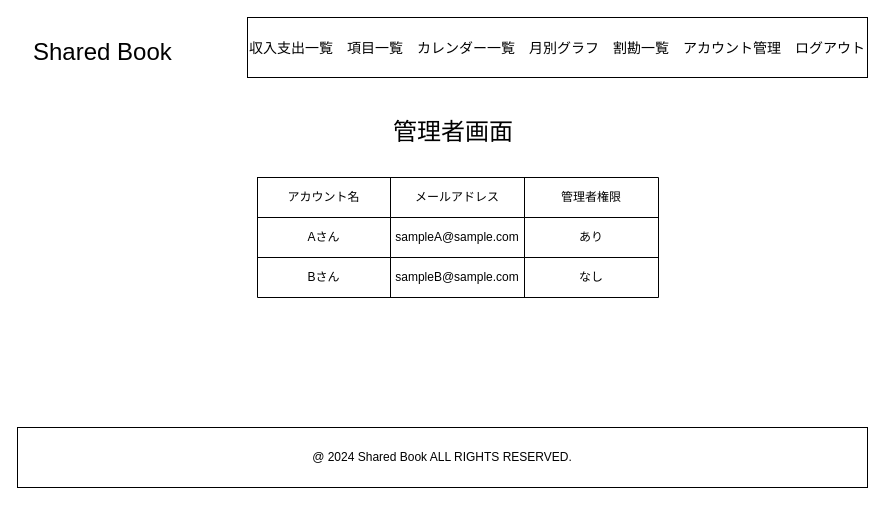
This is docs/wireflame/index_admin_users_wireflame.drawio from KeiSuzukiNishi/shared_household_account_book, a draw.io file, before an edit. Source tidied: cells renumbered, new cells numbered last; positions are measured from the earlier drawing's top-left corner, leaving out a move shared by most shapes. Both pictures are drawn from the tidied source at 100%, with x=0, y=0 at pixel (17, 17).
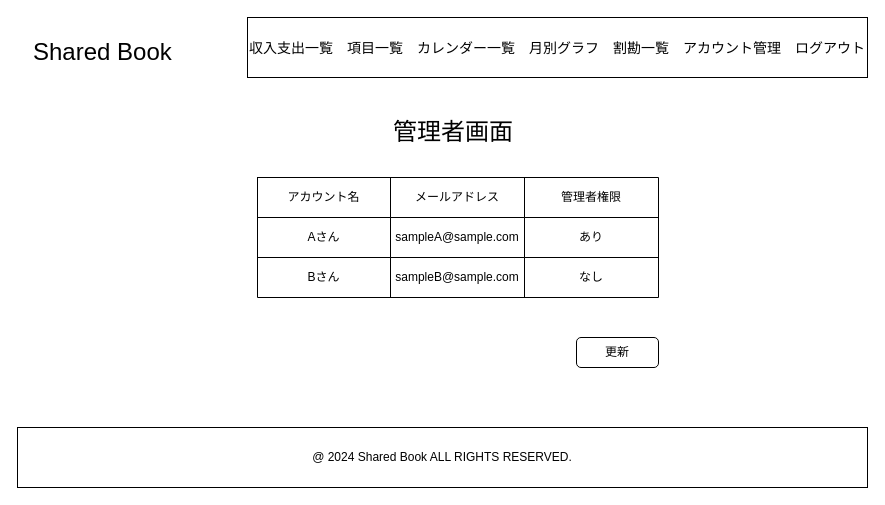
Above is the later version.

The edit, as a diff of the source:
```diff
@@
 <mxGraphModel>
   <root>
     <mxCell id="0" />
     <mxCell id="1" parent="0" />
     <mxCell id="2" value="&lt;font style=&quot;font-size: 24px;&quot;&gt;Shared Book&lt;/font&gt;" style="text;strokeColor=none;fillColor=none;align=left;verticalAlign=middle;spacingLeft=4;spacingRight=4;overflow=hidden;whiteSpace=wrap;html=1;" parent="1" vertex="1">
       <mxGeometry x="10" y="10" width="190" height="50" as="geometry" />
     </mxCell>
     <mxCell id="3" value="&lt;font style=&quot;font-size: 14px;&quot;&gt;収入支出一覧　項目一覧　カレンダー一覧　月別グラフ　割勘一覧　アカウント管理　ログアウト&lt;/font&gt;" style="rounded=0;whiteSpace=wrap;html=1;fontSize=18;" parent="1" vertex="1">
       <mxGeometry x="230" width="620" height="60" as="geometry" />
     </mxCell>
     <mxCell id="4" value="@ 2024 Shared Book ALL RIGHTS RESERVED." style="rounded=0;whiteSpace=wrap;html=1;" parent="1" vertex="1">
       <mxGeometry y="410" width="850" height="60" as="geometry" />
     </mxCell>
     <mxCell id="5" style="shape=table;html=1;whiteSpace=wrap;startSize=0;childLayout=tableLayout;" parent="1" vertex="1">
       <mxGeometry x="240" y="160" width="401" height="120" as="geometry" />
     </mxCell>
     <mxCell id="6" style="shape=tableRow;horizontal=0;startSize=0;swimlaneHead=0;swimlaneBody=0;top=0;left=0;bottom=0;right=0;fillColor=none;" parent="5" vertex="1">
       <mxGeometry width="401" height="40" as="geometry" />
     </mxCell>
     <mxCell id="7" value="アカウント名" style="shape=partialRectangle;html=1;whiteSpace=wrap;fillColor=none;top=0;left=0;bottom=0;right=0;overflow=hidden;" parent="6" vertex="1">
       <mxGeometry width="133" height="40" as="geometry" />
     </mxCell>
     <mxCell id="8" value="メールアドレス" style="shape=partialRectangle;html=1;whiteSpace=wrap;fillColor=none;top=0;left=0;bottom=0;right=0;overflow=hidden;" parent="6" vertex="1">
       <mxGeometry x="133" width="134" height="40" as="geometry" />
     </mxCell>
     <mxCell id="9" value="管理者権限" style="shape=partialRectangle;html=1;whiteSpace=wrap;fillColor=none;top=0;left=0;bottom=0;right=0;overflow=hidden;" parent="6" vertex="1">
       <mxGeometry x="267" width="134" height="40" as="geometry" />
     </mxCell>
     <mxCell id="10" style="shape=tableRow;horizontal=0;startSize=0;swimlaneHead=0;swimlaneBody=0;top=0;left=0;bottom=0;right=0;fillColor=none;" parent="5" vertex="1">
       <mxGeometry y="40" width="401" height="40" as="geometry" />
     </mxCell>
     <mxCell id="11" value="Aさん" style="shape=partialRectangle;html=1;whiteSpace=wrap;fillColor=none;top=0;left=0;bottom=0;right=0;overflow=hidden;" parent="10" vertex="1">
       <mxGeometry width="133" height="40" as="geometry" />
     </mxCell>
     <mxCell id="12" value="sampleA@sample.com" style="shape=partialRectangle;html=1;whiteSpace=wrap;fillColor=none;top=0;left=0;bottom=0;right=0;overflow=hidden;" parent="10" vertex="1">
       <mxGeometry x="133" width="134" height="40" as="geometry" />
     </mxCell>
     <mxCell id="13" value="あり" style="shape=partialRectangle;html=1;whiteSpace=wrap;fillColor=none;top=0;left=0;bottom=0;right=0;overflow=hidden;" parent="10" vertex="1">
       <mxGeometry x="267" width="134" height="40" as="geometry" />
     </mxCell>
     <mxCell id="14" style="shape=tableRow;horizontal=0;startSize=0;swimlaneHead=0;swimlaneBody=0;top=0;left=0;bottom=0;right=0;fillColor=none;" parent="5" vertex="1">
       <mxGeometry y="80" width="401" height="40" as="geometry" />
     </mxCell>
     <mxCell id="15" value="Bさん" style="shape=partialRectangle;html=1;whiteSpace=wrap;fillColor=none;top=0;left=0;bottom=0;right=0;overflow=hidden;" parent="14" vertex="1">
       <mxGeometry width="133" height="40" as="geometry" />
     </mxCell>
     <mxCell id="16" value="sampleB@sample.com" style="shape=partialRectangle;html=1;whiteSpace=wrap;fillColor=none;top=0;left=0;bottom=0;right=0;overflow=hidden;" parent="14" vertex="1">
       <mxGeometry x="133" width="134" height="40" as="geometry" />
     </mxCell>
     <mxCell id="17" value="なし" style="shape=partialRectangle;html=1;whiteSpace=wrap;fillColor=none;top=0;left=0;bottom=0;right=0;overflow=hidden;" parent="14" vertex="1">
       <mxGeometry x="267" width="134" height="40" as="geometry" />
     </mxCell>
     <mxCell id="18" value="&lt;font style=&quot;font-size: 24px;&quot;&gt;管理者画面&lt;/font&gt;" style="text;strokeColor=none;fillColor=none;align=left;verticalAlign=middle;spacingLeft=4;spacingRight=4;overflow=hidden;whiteSpace=wrap;html=1;" parent="1" vertex="1">
       <mxGeometry x="370" y="90" width="240" height="50" as="geometry" />
     </mxCell>
+    <mxCell id="19" value="更新" style="rounded=1;whiteSpace=wrap;html=1;" parent="1" vertex="1">
+      <mxGeometry x="559" y="320" width="82" height="30" as="geometry" />
+    </mxCell>
   </root>
 </mxGraphModel>
```
